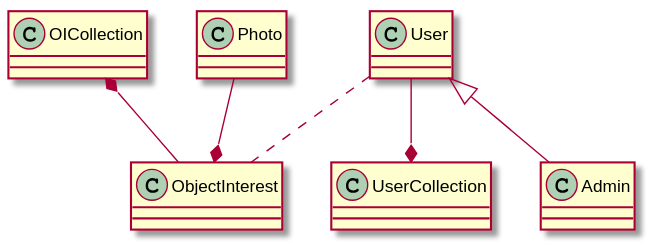
Above: lab2/out/Entity Class Diagram.svg in Jennglebell/CZ2006-AAAAAA (PlantUML), before the change. The source it was exported from:
```plantuml
@startuml Entity Class Diagram
OICollection *-- ObjectInterest
Photo --* ObjectInterest
User --* UserCollection
User <|-- Admin
User .. ObjectInterest
@enduml
```
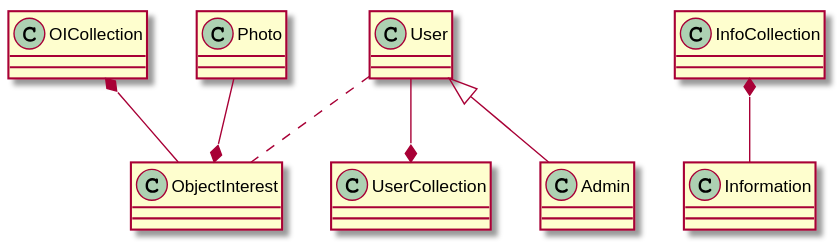
After the commit.

Commit message:
Created Sequence Diagram of GetNearbyInfo

What changed in the source:
```diff
@@ -4,4 +4,5 @@
 User --* UserCollection
 User <|-- Admin
 User .. ObjectInterest
+InfoCollection *-- Information
 @enduml
```
